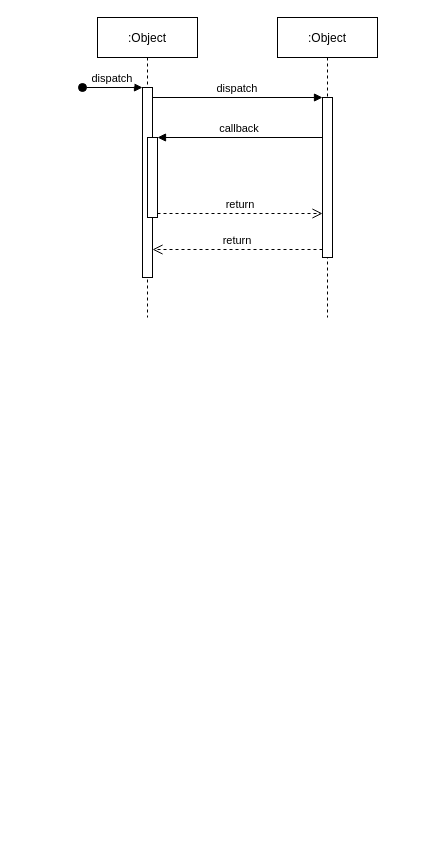
Before: Thread.drawio in StoneyZou/Note, a draw.io diagram. Source tidied: cells renumbered, new cells numbered last; positions are measured from the earlier drawing's top-left corner, leaving out a move shared by most shapes. Both pictures are drawn from the tidied source at 100%, with x=0, y=0 at pixel (82, 17).
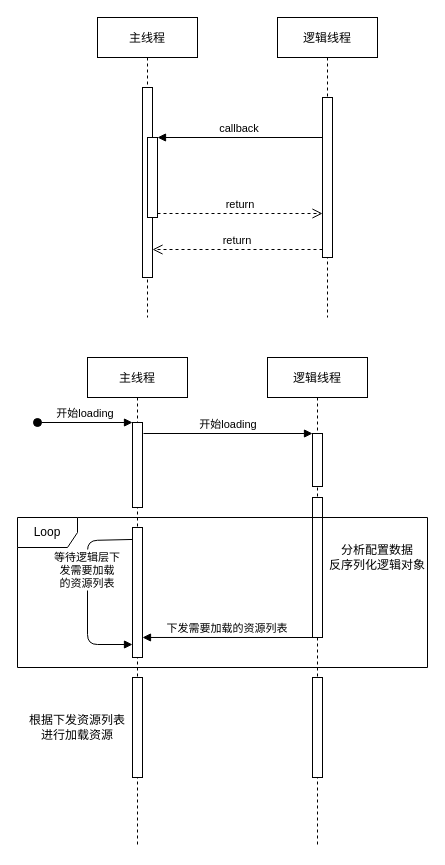
Above is the later version.

The change refers to these unchanged cells:
```xml
<mxCell id="3" style="points=[];perimeter=orthogonalPerimeter;rounded=0;shadow=0;strokeWidth=1;" parent="2" vertex="1">
  <mxGeometry x="45" y="70" width="10" height="190" as="geometry" />
</mxCell>
<mxCell id="7" style="points=[];perimeter=orthogonalPerimeter;rounded=0;shadow=0;strokeWidth=1;" parent="6" vertex="1">
  <mxGeometry x="45" y="80" width="10" height="160" as="geometry" />
</mxCell>
```

The edit, as a diff of the source:
```diff
@@
-    <mxCell id="2" value=":Object" style="shape=umlLifeline;perimeter=lifelinePerimeter;rounded=0;shadow=0;strokeWidth=1;" parent="1" vertex="1">
+    <mxCell id="2" value="主线程" style="shape=umlLifeline;perimeter=lifelinePerimeter;rounded=0;shadow=0;strokeWidth=1;" parent="1" vertex="1">
       <mxGeometry x="15" width="100" height="300" as="geometry" />
     </mxCell>
@@
-    <mxCell id="4" value="dispatch" style="verticalAlign=bottom;startArrow=oval;endArrow=block;startSize=8;shadow=0;strokeWidth=1;" parent="2" edge="1" target="3">
+    <mxCell id="4" value="开始loading" style="verticalAlign=bottom;startArrow=oval;endArrow=block;startSize=8;shadow=0;strokeWidth=1;entryX=0;entryY=0;entryDx=0;entryDy=0;entryPerimeter=0;" parent="2" edge="1" target="14">
       <mxGeometry relative="1" as="geometry">
-        <mxPoint x="-15" y="70" as="sourcePoint" />
+        <mxPoint x="-60" y="405" as="sourcePoint" />
       </mxGeometry>
     </mxCell>
@@
-    <mxCell id="6" value=":Object" style="shape=umlLifeline;perimeter=lifelinePerimeter;rounded=0;shadow=0;strokeWidth=1;" parent="1" vertex="1">
+    <mxCell id="6" value="逻辑线程" style="shape=umlLifeline;perimeter=lifelinePerimeter;rounded=0;shadow=0;strokeWidth=1;" parent="1" vertex="1">
       <mxGeometry x="195" width="100" height="300" as="geometry" />
     </mxCell>
@@
-    <mxCell id="9" value="dispatch" style="verticalAlign=bottom;endArrow=block;entryX=0;entryY=0;shadow=0;strokeWidth=1;" parent="1" edge="1" source="3" target="7">
-      <mxGeometry relative="1" as="geometry" />
+    <mxCell id="9" value="开始loading" style="verticalAlign=bottom;endArrow=block;shadow=0;strokeWidth=1;entryX=0;entryY=0;entryDx=0;entryDy=0;entryPerimeter=0;" parent="1" edge="1" target="19">
+      <mxGeometry relative="1" as="geometry">
+        <mxPoint x="61" y="416" as="sourcePoint" />
+      </mxGeometry>
     </mxCell>
@@
+    <mxCell id="12" value="主线程" style="shape=umlLifeline;perimeter=lifelinePerimeter;rounded=0;shadow=0;strokeWidth=1;" parent="1" vertex="1">
+      <mxGeometry x="5" y="340" width="100" height="490" as="geometry" />
+    </mxCell>
+    <mxCell id="13" style="perimeter=orthogonalPerimeter;rounded=0;shadow=0;strokeWidth=1;" parent="12" vertex="1">
+      <mxGeometry x="45" y="320" width="10" height="100" as="geometry" />
+    </mxCell>
+    <mxCell id="14" style="points=[];perimeter=orthogonalPerimeter;rounded=0;shadow=0;strokeWidth=1;" parent="12" vertex="1">
+      <mxGeometry x="45" y="65" width="10" height="85" as="geometry" />
+    </mxCell>
+    <mxCell id="15" style="points=[];perimeter=orthogonalPerimeter;rounded=0;shadow=0;strokeWidth=1;" parent="12" vertex="1">
+      <mxGeometry x="45" y="170" width="10" height="130" as="geometry" />
+    </mxCell>
+    <mxCell id="16" value="等待逻辑层下&#10;发需要加载&#10;的资源列表" style="verticalAlign=bottom;endArrow=block;shadow=0;strokeWidth=1;entryX=0;entryY=0.9;entryDx=0;entryDy=0;entryPerimeter=0;exitX=0;exitY=0.092;exitDx=0;exitDy=0;exitPerimeter=0;" parent="12" edge="1" source="15" target="15">
+      <mxGeometry relative="1" as="geometry">
+        <Array as="points">
+          <mxPoint y="183" />
+          <mxPoint y="287" />
+        </Array>
+      </mxGeometry>
+    </mxCell>
+    <mxCell id="17" value="逻辑线程" style="shape=umlLifeline;perimeter=lifelinePerimeter;rounded=0;shadow=0;strokeWidth=1;" parent="1" vertex="1">
+      <mxGeometry x="185" y="340" width="100" height="490" as="geometry" />
+    </mxCell>
+    <mxCell id="18" style="points=[];perimeter=orthogonalPerimeter;rounded=0;shadow=0;strokeWidth=1;" parent="17" vertex="1">
+      <mxGeometry x="45" y="140" width="10" height="140" as="geometry" />
+    </mxCell>
+    <mxCell id="19" style="points=[];perimeter=orthogonalPerimeter;rounded=0;shadow=0;strokeWidth=1;" parent="17" vertex="1">
+      <mxGeometry x="45" y="76" width="10" height="53" as="geometry" />
+    </mxCell>
+    <mxCell id="20" style="perimeter=orthogonalPerimeter;rounded=0;shadow=0;strokeWidth=1;" parent="17" vertex="1">
+      <mxGeometry x="45" y="320" width="10" height="100" as="geometry" />
+    </mxCell>
+    <mxCell id="21" value="分析配置数据&lt;br&gt;反序列化逻辑对象" style="text;html=1;strokeColor=none;fillColor=none;align=center;verticalAlign=middle;whiteSpace=wrap;rounded=0;" parent="1" vertex="1">
+      <mxGeometry x="245" y="530" width="100" height="20" as="geometry" />
+    </mxCell>
+    <mxCell id="22" value="下发需要加载的资源列表" style="verticalAlign=bottom;endArrow=block;shadow=0;strokeWidth=1;entryX=1;entryY=0.846;entryDx=0;entryDy=0;entryPerimeter=0;exitX=0;exitY=1;exitDx=0;exitDy=0;exitPerimeter=0;" parent="1" edge="1" source="18" target="15">
+      <mxGeometry relative="1" as="geometry" />
+    </mxCell>
+    <mxCell id="23" value="根据下发资源列表&lt;br&gt;进行加载资源" style="text;html=1;strokeColor=none;fillColor=none;align=center;verticalAlign=middle;whiteSpace=wrap;rounded=0;" parent="1" vertex="1">
+      <mxGeometry x="-55" y="700" width="100" height="20" as="geometry" />
+    </mxCell>
+    <mxCell id="24" value="Loop" style="shape=umlFrame;whiteSpace=wrap;html=1;" parent="1" vertex="1">
+      <mxGeometry x="-65" y="500" width="410" height="150" as="geometry" />
+    </mxCell>
```
